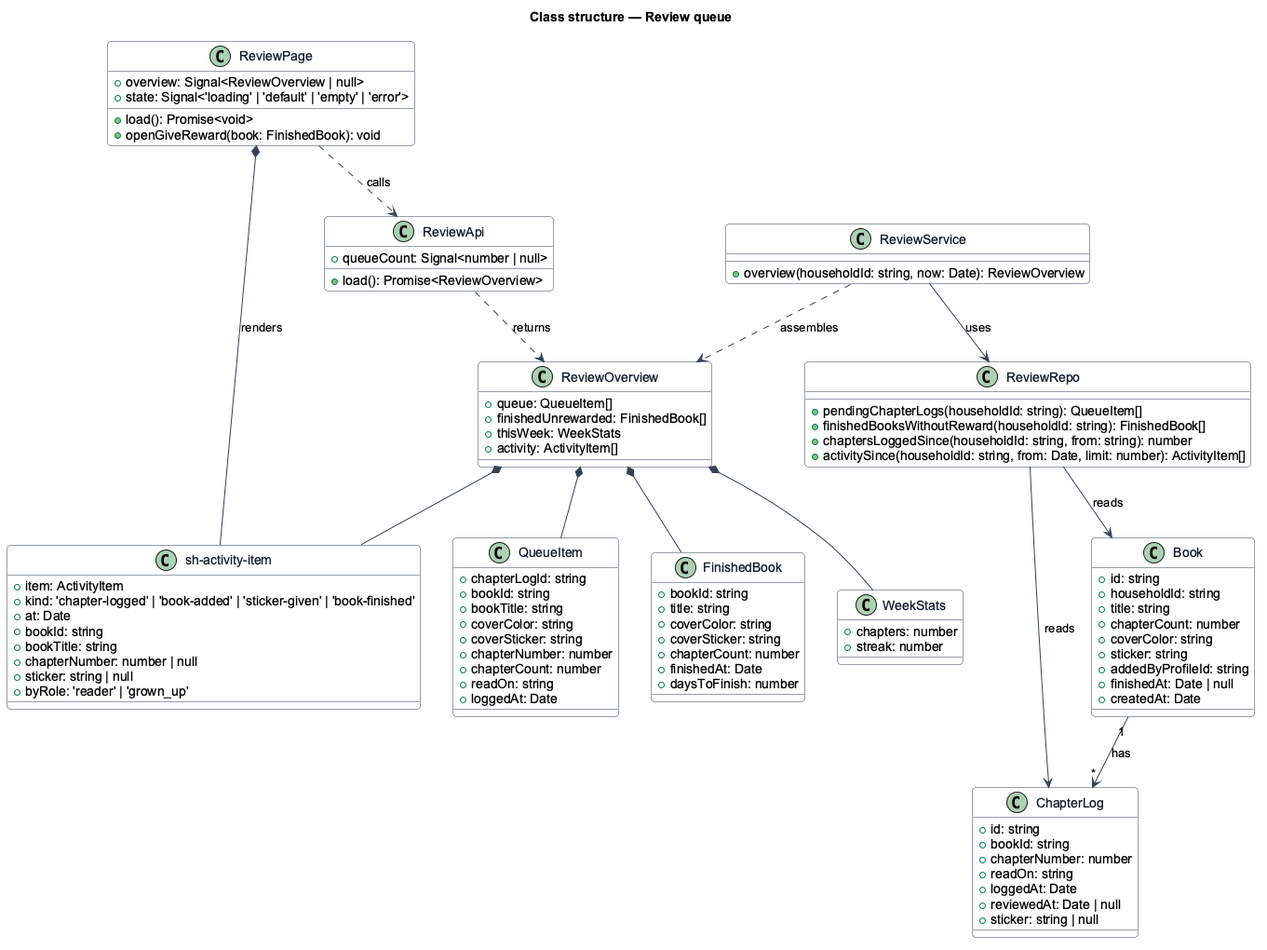
Above: docs/detailed-designs/review/review-queue/diagrams/class-structure.png in QuinntyneBrown/shelfie (PlantUML), before the change.
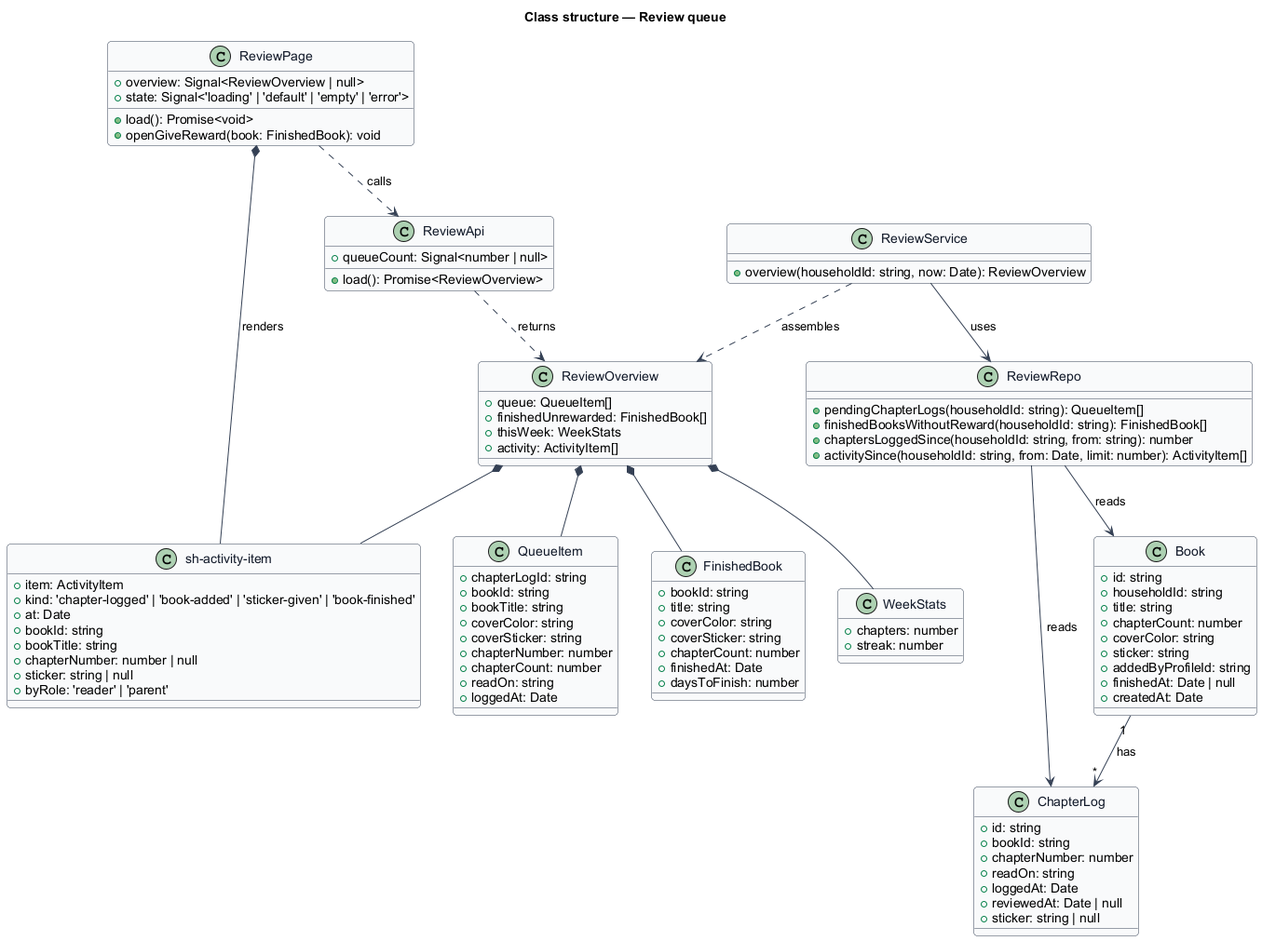
Above is the later version.

Diff of the diagram source:
```diff
@@ -68,7 +68,7 @@
   +bookTitle: string
   +chapterNumber: number | null
   +sticker: string | null
-  +byRole: 'reader' | 'grown_up'
+  +byRole: 'reader' | 'parent'
 }
 
 class ReviewService {
```
